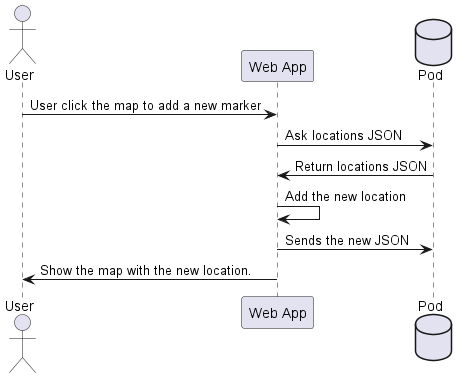
Above: images/sequencediagram-savinglocations.png in Arquisoft/lomap_es3a (PlantUML), before the change. The source it was exported from:
```plantuml
@startuml
actor User
participant "Web App" as W
database Pod as "Pod"
User-> W: User click the map to add a new marker
W ->Pod: Ask locations JSON
Pod-> W: Return locations JSON
W -> W: Add the new location
W ->Pod: Sends the new JSON
W ->User: Show the map with the new location.
@enduml
```
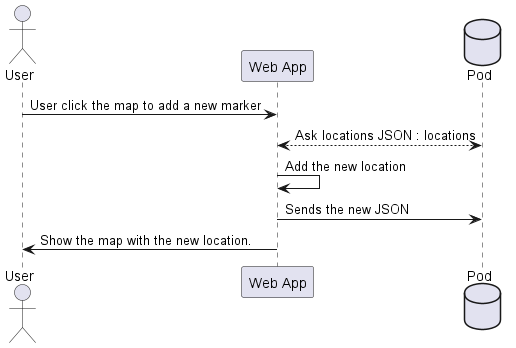
Above is the later version.

What changed in the source:
```diff
@@ -3,8 +3,7 @@
 participant "Web App" as W
 database Pod as "Pod"
 User-> W: User click the map to add a new marker
-W ->Pod: Ask locations JSON
-Pod-> W: Return locations JSON
+W <--> Pod: Ask locations JSON : locations
 W -> W: Add the new location
 W ->Pod: Sends the new JSON
 W ->User: Show the map with the new location.
```
